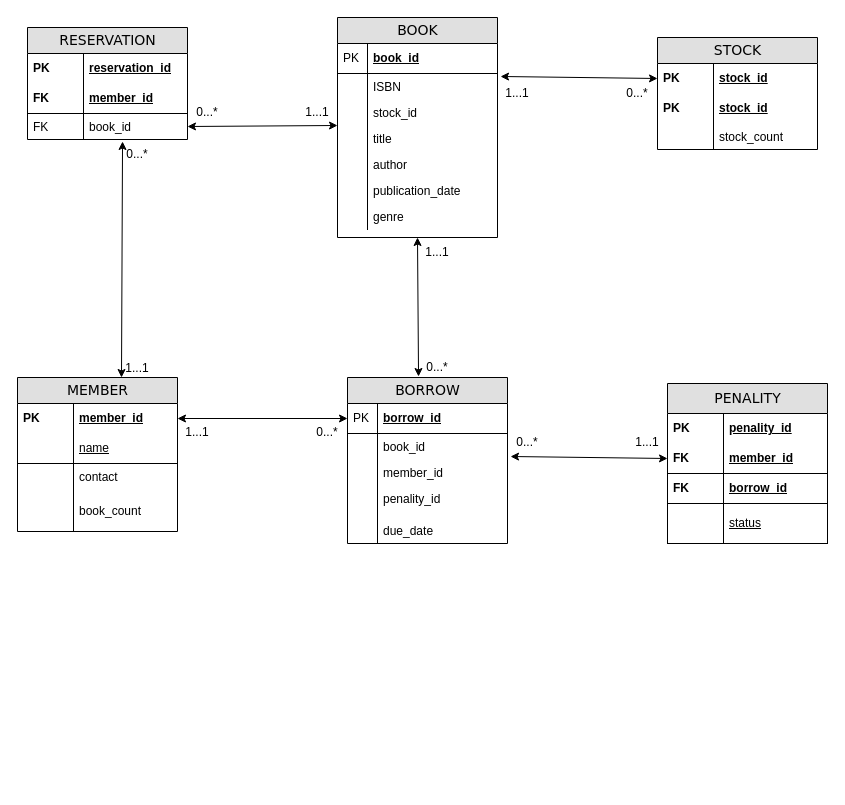
kaushik315/MScComputingDS keeps this draw.io diagram as erdiagram.drawio. Above is the earlier version. Source tidied: cells renumbered, new cells numbered last; positions are measured from the earlier drawing's top-left corner, leaving out a move shared by most shapes. Both pictures are drawn from the tidied source at 100%, with x=0, y=0 at pixel (17, 17).
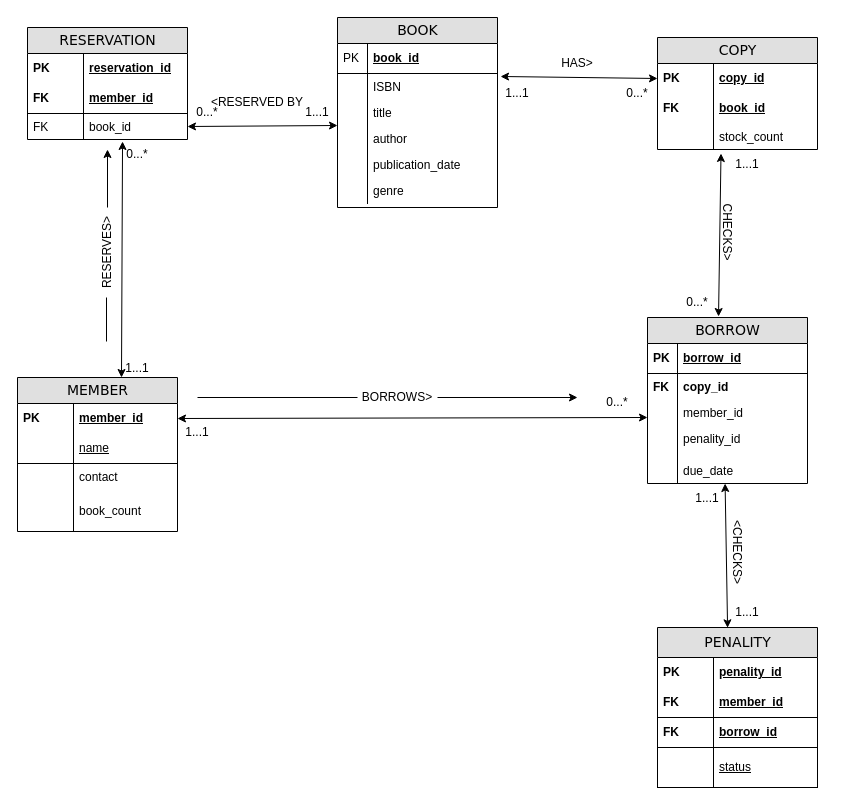
After the change.

The change refers to these unchanged cells:
```xml
<mxCell id="7" value="stock_count" style="shape=partialRectangle;top=0;left=0;right=0;bottom=0;html=1;align=left;verticalAlign=top;fillColor=none;spacingLeft=60;spacingRight=4;whiteSpace=wrap;overflow=hidden;points=[[0,0.5],[1,0.5]];portConstraint=eastwest;" parent="2" vertex="1">
  <mxGeometry y="86" width="160" height="26" as="geometry" />
</mxCell>
<mxCell id="10" value="member_id" style="shape=partialRectangle;top=0;left=0;right=0;bottom=0;html=1;align=left;verticalAlign=middle;fillColor=none;spacingLeft=60;spacingRight=4;whiteSpace=wrap;overflow=hidden;points=[[0,0.5],[1,0.5]];portConstraint=eastwest;fontStyle=5;" parent="9" vertex="1">
  <mxGeometry y="26" width="160" height="30" as="geometry" />
</mxCell>
<mxCell id="21" value="member_id" style="shape=partialRectangle;top=0;left=0;right=0;bottom=1;html=1;align=left;verticalAlign=middle;fillColor=none;spacingLeft=60;spacingRight=4;whiteSpace=wrap;overflow=hidden;points=[[0,0.5],[1,0.5]];portConstraint=eastwest;fontStyle=5;" parent="18" vertex="1">
  <mxGeometry y="60" width="160" height="30" as="geometry" />
</mxCell>
<mxCell id="43" value="borrow_id" style="shape=partialRectangle;top=0;left=0;right=0;bottom=1;html=1;align=left;verticalAlign=middle;fillColor=none;spacingLeft=34;spacingRight=4;whiteSpace=wrap;overflow=hidden;points=[[0,0.5],[1,0.5]];portConstraint=eastwest;fontStyle=5;" parent="42" vertex="1">
  <mxGeometry y="26" width="160" height="30" as="geometry" />
</mxCell>
<mxCell id="47" value="member_id" style="shape=partialRectangle;top=0;left=0;right=0;bottom=0;html=1;align=left;verticalAlign=top;fillColor=none;spacingLeft=34;spacingRight=4;whiteSpace=wrap;overflow=hidden;points=[[0,0.5],[1,0.5]];portConstraint=eastwest;" parent="42" vertex="1">
  <mxGeometry y="82" width="160" height="26" as="geometry" />
</mxCell>
<mxCell id="51" value="due_date" style="shape=partialRectangle;top=0;left=0;right=0;bottom=0;html=1;align=left;verticalAlign=top;fillColor=none;spacingLeft=34;spacingRight=4;whiteSpace=wrap;overflow=hidden;points=[[0,0.5],[1,0.5]];portConstraint=eastwest;" parent="42" vertex="1">
  <mxGeometry y="140" width="160" height="26" as="geometry" />
</mxCell>
<mxCell id="58" value="book_id" style="shape=partialRectangle;top=0;left=0;right=0;bottom=0;html=1;align=left;verticalAlign=top;fillColor=none;spacingLeft=60;spacingRight=4;whiteSpace=wrap;overflow=hidden;points=[[0,0.5],[1,0.5]];portConstraint=eastwest;" parent="53" vertex="1">
  <mxGeometry y="86" width="160" height="26" as="geometry" />
</mxCell>
```

Change to the diagram source:
```diff
@@
-    <mxCell id="2" value="STOCK" style="swimlane;html=1;fontStyle=0;horizontal=1;startSize=26;fillColor=#e0e0e0;swimlaneFillColor=#ffffff;align=center;rounded=0;shadow=0;comic=0;labelBackgroundColor=none;strokeWidth=1;fontFamily=Verdana;fontSize=14;" parent="1" vertex="1">
+    <mxCell id="2" value="COPY" style="swimlane;html=1;fontStyle=0;horizontal=1;startSize=26;fillColor=#e0e0e0;swimlaneFillColor=#ffffff;align=center;rounded=0;shadow=0;comic=0;labelBackgroundColor=none;strokeWidth=1;fontFamily=Verdana;fontSize=14;" parent="1" vertex="1">
       <mxGeometry x="640" y="20" width="160" height="112" as="geometry" />
     </mxCell>
-    <mxCell id="3" value="stock_id" style="shape=partialRectangle;top=0;left=0;right=0;bottom=0;html=1;align=left;verticalAlign=middle;fillColor=none;spacingLeft=60;spacingRight=4;whiteSpace=wrap;overflow=hidden;points=[[0,0.5],[1,0.5]];portConstraint=eastwest;fontStyle=5;" parent="2" vertex="1">
+    <mxCell id="3" value="copy_id" style="shape=partialRectangle;top=0;left=0;right=0;bottom=0;html=1;align=left;verticalAlign=middle;fillColor=none;spacingLeft=60;spacingRight=4;whiteSpace=wrap;overflow=hidden;points=[[0,0.5],[1,0.5]];portConstraint=eastwest;fontStyle=5;" parent="2" vertex="1">
       <mxGeometry y="26" width="160" height="30" as="geometry" />
     </mxCell>
@@
-    <mxCell id="5" value="stock_id" style="shape=partialRectangle;top=0;left=0;right=0;bottom=0;html=1;align=left;verticalAlign=middle;fillColor=none;spacingLeft=60;spacingRight=4;whiteSpace=wrap;overflow=hidden;fontStyle=5;" parent="2" vertex="1">
+    <mxCell id="5" value="book_id" style="shape=partialRectangle;top=0;left=0;right=0;bottom=0;html=1;align=left;verticalAlign=middle;fillColor=none;spacingLeft=60;spacingRight=4;whiteSpace=wrap;overflow=hidden;fontStyle=5;" parent="2" vertex="1">
       <mxGeometry y="56" width="160" height="30" as="geometry" />
     </mxCell>
-    <mxCell id="6" value="PK" style="shape=partialRectangle;fontStyle=1;top=0;left=0;bottom=0;html=1;fillColor=none;align=left;verticalAlign=middle;spacingLeft=4;spacingRight=4;whiteSpace=wrap;overflow=hidden;" parent="5" vertex="1">
+    <mxCell id="6" value="FK" style="shape=partialRectangle;fontStyle=1;top=0;left=0;bottom=0;html=1;fillColor=none;align=left;verticalAlign=middle;spacingLeft=4;spacingRight=4;whiteSpace=wrap;overflow=hidden;" parent="5" vertex="1">
       <mxGeometry width="56" height="30" as="geometry" />
     </mxCell>
@@
     <mxCell id="18" value="PENALITY" style="swimlane;html=1;fontStyle=0;horizontal=1;startSize=30;fillColor=#e0e0e0;swimlaneFillColor=#ffffff;align=center;rounded=0;shadow=0;comic=0;labelBackgroundColor=none;strokeWidth=1;fontFamily=Verdana;fontSize=14;" parent="1" vertex="1">
-      <mxGeometry x="650" y="366" width="160" height="160" as="geometry" />
+      <mxGeometry x="640" y="610" width="160" height="160" as="geometry" />
     </mxCell>
@@
     <mxCell id="27" value="BOOK" style="swimlane;html=1;fontStyle=0;horizontal=1;startSize=26;fillColor=#e0e0e0;swimlaneFillColor=#ffffff;align=center;rounded=0;shadow=0;comic=0;labelBackgroundColor=none;strokeWidth=1;fontFamily=Verdana;fontSize=14;rotation=0;" parent="1" vertex="1">
-      <mxGeometry x="320" width="160" height="220" as="geometry" />
+      <mxGeometry x="320" width="160" height="190" as="geometry" />
     </mxCell>
@@
-    <mxCell id="32" value="stock_id" style="shape=partialRectangle;top=0;left=0;right=0;bottom=0;html=1;align=left;verticalAlign=top;fillColor=none;spacingLeft=34;spacingRight=4;whiteSpace=wrap;overflow=hidden;points=[[0,0.5],[1,0.5]];portConstraint=eastwest;rotation=0;" parent="27" vertex="1">
-      <mxGeometry y="82" width="160" height="26" as="geometry" />
-    </mxCell>
-    <mxCell id="33" style="shape=partialRectangle;top=0;left=0;bottom=0;html=1;fillColor=none;align=left;verticalAlign=top;spacingLeft=4;spacingRight=4;whiteSpace=wrap;overflow=hidden;rotation=0;" parent="32" vertex="1">
-      <mxGeometry width="30" height="26" as="geometry" />
-    </mxCell>
     <mxCell id="34" value="title" style="shape=partialRectangle;top=0;left=0;right=0;bottom=0;html=1;align=left;verticalAlign=top;fillColor=none;spacingLeft=34;spacingRight=4;whiteSpace=wrap;overflow=hidden;rotation=0;" parent="27" vertex="1">
-      <mxGeometry y="108" width="160" height="26" as="geometry" />
+      <mxGeometry y="82" width="160" height="26" as="geometry" />
     </mxCell>
@@
     <mxCell id="36" value="author" style="shape=partialRectangle;top=0;left=0;right=0;bottom=0;html=1;align=left;verticalAlign=top;fillColor=none;spacingLeft=34;spacingRight=4;whiteSpace=wrap;overflow=hidden;rotation=0;" parent="27" vertex="1">
-      <mxGeometry y="134" width="160" height="26" as="geometry" />
+      <mxGeometry y="108" width="160" height="26" as="geometry" />
     </mxCell>
@@
     <mxCell id="38" value="publication_date" style="shape=partialRectangle;top=0;left=0;right=0;bottom=0;html=1;align=left;verticalAlign=top;fillColor=none;spacingLeft=34;spacingRight=4;whiteSpace=wrap;overflow=hidden;rotation=0;" parent="27" vertex="1">
-      <mxGeometry y="160" width="160" height="26" as="geometry" />
+      <mxGeometry y="134" width="160" height="26" as="geometry" />
     </mxCell>
@@
     <mxCell id="40" value="genre" style="shape=partialRectangle;top=0;left=0;right=0;bottom=0;html=1;align=left;verticalAlign=top;fillColor=none;spacingLeft=34;spacingRight=4;whiteSpace=wrap;overflow=hidden;rotation=0;" parent="27" vertex="1">
-      <mxGeometry y="186" width="160" height="26" as="geometry" />
+      <mxGeometry y="160" width="160" height="26" as="geometry" />
     </mxCell>
@@
     <mxCell id="42" value="BORROW" style="swimlane;html=1;fontStyle=0;horizontal=1;startSize=26;fillColor=#e0e0e0;swimlaneFillColor=#ffffff;align=center;rounded=0;shadow=0;comic=0;labelBackgroundColor=none;strokeWidth=1;fontFamily=Verdana;fontSize=14;" parent="1" vertex="1">
-      <mxGeometry x="330" y="360" width="160" height="166" as="geometry" />
+      <mxGeometry x="630" y="300" width="160" height="166" as="geometry" />
     </mxCell>
@@
-    <mxCell id="44" value="PK" style="shape=partialRectangle;top=0;left=0;bottom=0;html=1;fillColor=none;align=left;verticalAlign=middle;spacingLeft=4;spacingRight=4;whiteSpace=wrap;overflow=hidden;" parent="43" vertex="1">
+    <mxCell id="44" value="&lt;b&gt;PK&lt;/b&gt;" style="shape=partialRectangle;top=0;left=0;bottom=0;html=1;fillColor=none;align=left;verticalAlign=middle;spacingLeft=4;spacingRight=4;whiteSpace=wrap;overflow=hidden;" parent="43" vertex="1">
       <mxGeometry width="30" height="30" as="geometry" />
     </mxCell>
-    <mxCell id="45" value="book_id" style="shape=partialRectangle;top=0;left=0;right=0;bottom=0;html=1;align=left;verticalAlign=top;fillColor=none;spacingLeft=34;spacingRight=4;whiteSpace=wrap;overflow=hidden;" parent="42" vertex="1">
+    <mxCell id="45" value="&lt;b&gt;copy_id&lt;/b&gt;" style="shape=partialRectangle;top=0;left=0;right=0;bottom=0;html=1;align=left;verticalAlign=top;fillColor=none;spacingLeft=34;spacingRight=4;whiteSpace=wrap;overflow=hidden;" parent="42" vertex="1">
       <mxGeometry y="56" width="160" height="26" as="geometry" />
     </mxCell>
-    <mxCell id="46" style="shape=partialRectangle;top=0;left=0;bottom=0;html=1;fillColor=none;align=left;verticalAlign=top;spacingLeft=4;spacingRight=4;whiteSpace=wrap;overflow=hidden;" parent="45" vertex="1">
+    <mxCell id="46" value="&lt;b&gt;FK&lt;/b&gt;" style="shape=partialRectangle;top=0;left=0;bottom=0;html=1;fillColor=none;align=left;verticalAlign=top;spacingLeft=4;spacingRight=4;whiteSpace=wrap;overflow=hidden;" parent="45" vertex="1">
       <mxGeometry width="30" height="26" as="geometry" />
     </mxCell>
@@
-    <mxCell id="60" style="endArrow=classic;startArrow=classic;html=1;rounded=0;entryX=0;entryY=1;entryDx=0;entryDy=0;entryPerimeter=0;exitX=1;exitY=0.5;exitDx=0;exitDy=0;" parent="1" edge="1" source="58" target="32">
-      <mxGeometry relative="1" as="geometry" />
+    <mxCell id="60" style="endArrow=classic;startArrow=classic;html=1;rounded=0;entryX=0;entryY=1;entryDx=0;entryDy=0;entryPerimeter=0;exitX=1;exitY=0.5;exitDx=0;exitDy=0;" parent="1" edge="1" source="58">
+      <mxGeometry relative="1" as="geometry">
+        <mxPoint x="320" y="108" as="targetPoint" />
+      </mxGeometry>
     </mxCell>
-    <mxCell id="61" style="endArrow=classic;startArrow=classic;html=1;rounded=0;entryX=0.5;entryY=1;entryDx=0;entryDy=0;exitX=0.444;exitY=-0.006;exitDx=0;exitDy=0;exitPerimeter=0;" parent="1" edge="1" source="42" target="27">
+    <mxCell id="61" style="endArrow=classic;startArrow=classic;html=1;rounded=0;entryX=0.397;entryY=1.154;entryDx=0;entryDy=0;exitX=0.444;exitY=-0.006;exitDx=0;exitDy=0;exitPerimeter=0;entryPerimeter=0;" parent="1" edge="1" source="42" target="7">
       <mxGeometry relative="1" as="geometry" />
     </mxCell>
-    <mxCell id="62" style="endArrow=classic;startArrow=classic;html=1;rounded=0;exitX=1;exitY=0.5;exitDx=0;exitDy=0;entryX=0;entryY=0.5;entryDx=0;entryDy=0;" parent="1" edge="1" source="10" target="43">
+    <mxCell id="62" style="endArrow=classic;startArrow=classic;html=1;rounded=0;exitX=1;exitY=0.5;exitDx=0;exitDy=0;entryX=1;entryY=1;entryDx=0;entryDy=0;" parent="1" edge="1" source="10" target="73">
       <mxGeometry relative="1" as="geometry" />
     </mxCell>
-    <mxCell id="63" style="endArrow=classic;startArrow=classic;html=1;rounded=0;entryX=0;entryY=0.5;entryDx=0;entryDy=0;exitX=1.019;exitY=-0.115;exitDx=0;exitDy=0;exitPerimeter=0;" parent="1" edge="1" source="47" target="21">
+    <mxCell id="63" style="endArrow=classic;startArrow=classic;html=1;rounded=0;entryX=0.438;entryY=0.002;entryDx=0;entryDy=0;exitX=0.485;exitY=1;exitDx=0;exitDy=0;exitPerimeter=0;entryPerimeter=0;" parent="1" edge="1" source="51" target="18">
       <mxGeometry relative="1" as="geometry" />
     </mxCell>
@@
     <mxCell id="70" value="1...1" style="text;html=1;strokeColor=none;fillColor=none;align=center;verticalAlign=middle;whiteSpace=wrap;rounded=0;" parent="1" vertex="1">
-      <mxGeometry x="390" y="220" width="60" height="30" as="geometry" />
+      <mxGeometry x="700" y="132" width="60" height="30" as="geometry" />
     </mxCell>
     <mxCell id="71" value="0...*" style="text;html=1;strokeColor=none;fillColor=none;align=center;verticalAlign=middle;whiteSpace=wrap;rounded=0;" parent="1" vertex="1">
-      <mxGeometry x="390" y="335" width="60" height="30" as="geometry" />
+      <mxGeometry x="650" y="270" width="60" height="30" as="geometry" />
     </mxCell>
@@
     <mxCell id="73" value="0...*" style="text;html=1;strokeColor=none;fillColor=none;align=center;verticalAlign=middle;whiteSpace=wrap;rounded=0;" parent="1" vertex="1">
-      <mxGeometry x="280" y="400" width="60" height="30" as="geometry" />
+      <mxGeometry x="570" y="370" width="60" height="30" as="geometry" />
     </mxCell>
@@
     <mxCell id="76" value="1...1" style="text;html=1;strokeColor=none;fillColor=none;align=center;verticalAlign=middle;whiteSpace=wrap;rounded=0;" parent="1" vertex="1">
-      <mxGeometry x="600" y="410" width="60" height="30" as="geometry" />
+      <mxGeometry x="660" y="466" width="60" height="30" as="geometry" />
     </mxCell>
-    <mxCell id="77" value="0...*" style="text;html=1;strokeColor=none;fillColor=none;align=center;verticalAlign=middle;whiteSpace=wrap;rounded=0;" parent="1" vertex="1">
-      <mxGeometry x="480" y="410" width="60" height="30" as="geometry" />
+    <mxCell id="77" value="1...1" style="text;html=1;strokeColor=none;fillColor=none;align=center;verticalAlign=middle;whiteSpace=wrap;rounded=0;" parent="1" vertex="1">
+      <mxGeometry x="700" y="580" width="60" height="30" as="geometry" />
     </mxCell>
+    <mxCell id="78" value="BORROWS&amp;gt;" style="text;html=1;strokeColor=none;fillColor=none;align=center;verticalAlign=middle;whiteSpace=wrap;rounded=0;" parent="1" vertex="1">
+      <mxGeometry x="350" y="365" width="60" height="30" as="geometry" />
+    </mxCell>
+    <mxCell id="79" style="endArrow=classic;html=1;rounded=0;" parent="1" edge="1">
+      <mxGeometry relative="1" as="geometry">
+        <mxPoint x="420" y="380" as="sourcePoint" />
+        <mxPoint x="560" y="380" as="targetPoint" />
+      </mxGeometry>
+    </mxCell>
+    <mxCell id="80" style="endArrow=none;html=1;rounded=0;" parent="1" edge="1">
+      <mxGeometry relative="1" as="geometry">
+        <mxPoint x="180" y="380" as="sourcePoint" />
+        <mxPoint x="340" y="380" as="targetPoint" />
+      </mxGeometry>
+    </mxCell>
+    <mxCell id="81" value="RESERVES&amp;gt;" style="text;html=1;strokeColor=none;fillColor=none;align=center;verticalAlign=middle;whiteSpace=wrap;rounded=0;rotation=-90;" parent="1" vertex="1">
+      <mxGeometry x="60" y="220" width="60" height="30" as="geometry" />
+    </mxCell>
+    <mxCell id="82" style="endArrow=classic;html=1;rounded=0;entryX=0;entryY=0;entryDx=0;entryDy=0;" parent="1" edge="1">
+      <mxGeometry relative="1" as="geometry">
+        <mxPoint x="90" y="190" as="sourcePoint" />
+        <mxPoint x="90" y="132" as="targetPoint" />
+      </mxGeometry>
+    </mxCell>
+    <mxCell id="83" style="endArrow=none;html=1;rounded=0;" parent="1" edge="1">
+      <mxGeometry relative="1" as="geometry">
+        <mxPoint x="89" y="324" as="sourcePoint" />
+        <mxPoint x="89" y="280" as="targetPoint" />
+      </mxGeometry>
+    </mxCell>
+    <mxCell id="84" value="&amp;lt;RESERVED BY" style="text;html=1;strokeColor=none;fillColor=none;align=center;verticalAlign=middle;whiteSpace=wrap;rounded=0;" parent="1" vertex="1">
+      <mxGeometry x="190" y="70" width="100" height="30" as="geometry" />
+    </mxCell>
+    <mxCell id="85" value="HAS&amp;gt;" style="text;html=1;strokeColor=none;fillColor=none;align=center;verticalAlign=middle;whiteSpace=wrap;rounded=0;" parent="1" vertex="1">
+      <mxGeometry x="530" y="31" width="60" height="30" as="geometry" />
+    </mxCell>
+    <mxCell id="86" value="CHECKS&amp;gt;" style="text;html=1;strokeColor=none;fillColor=none;align=center;verticalAlign=middle;whiteSpace=wrap;rounded=0;rotation=90;" parent="1" vertex="1">
+      <mxGeometry x="680" y="200" width="60" height="30" as="geometry" />
+    </mxCell>
+    <mxCell id="87" value="&amp;lt;CHECKS&amp;gt;" style="text;html=1;strokeColor=none;fillColor=none;align=center;verticalAlign=middle;whiteSpace=wrap;rounded=0;rotation=90;" parent="1" vertex="1">
+      <mxGeometry x="690" y="520" width="60" height="30" as="geometry" />
+    </mxCell>
```
